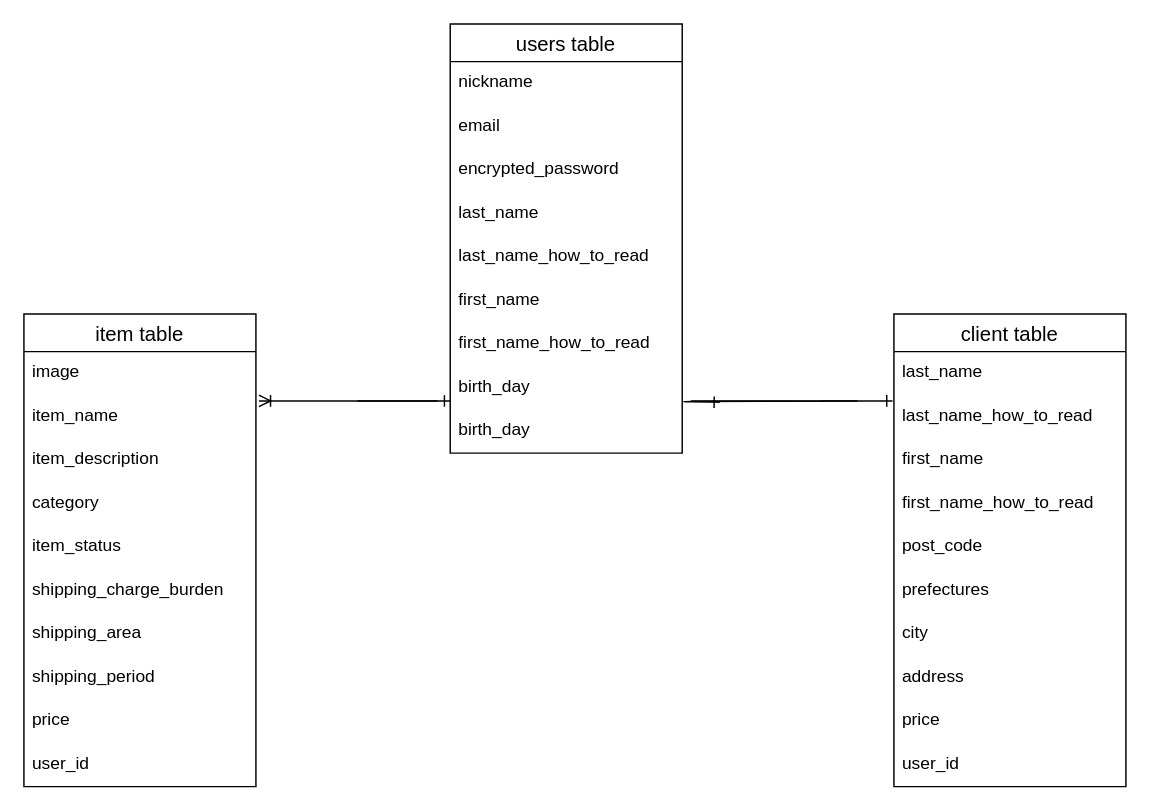
This is furima.dio from KikuchiFumiyasu/furima-34817, a draw.io file, before an edit. Source tidied: cells renumbered, new cells numbered last; positions are measured from the earlier drawing's top-left corner, leaving out a move shared by most shapes. Both pictures are drawn from the tidied source at 145%, with x=0, y=0 at pixel (23, 23).
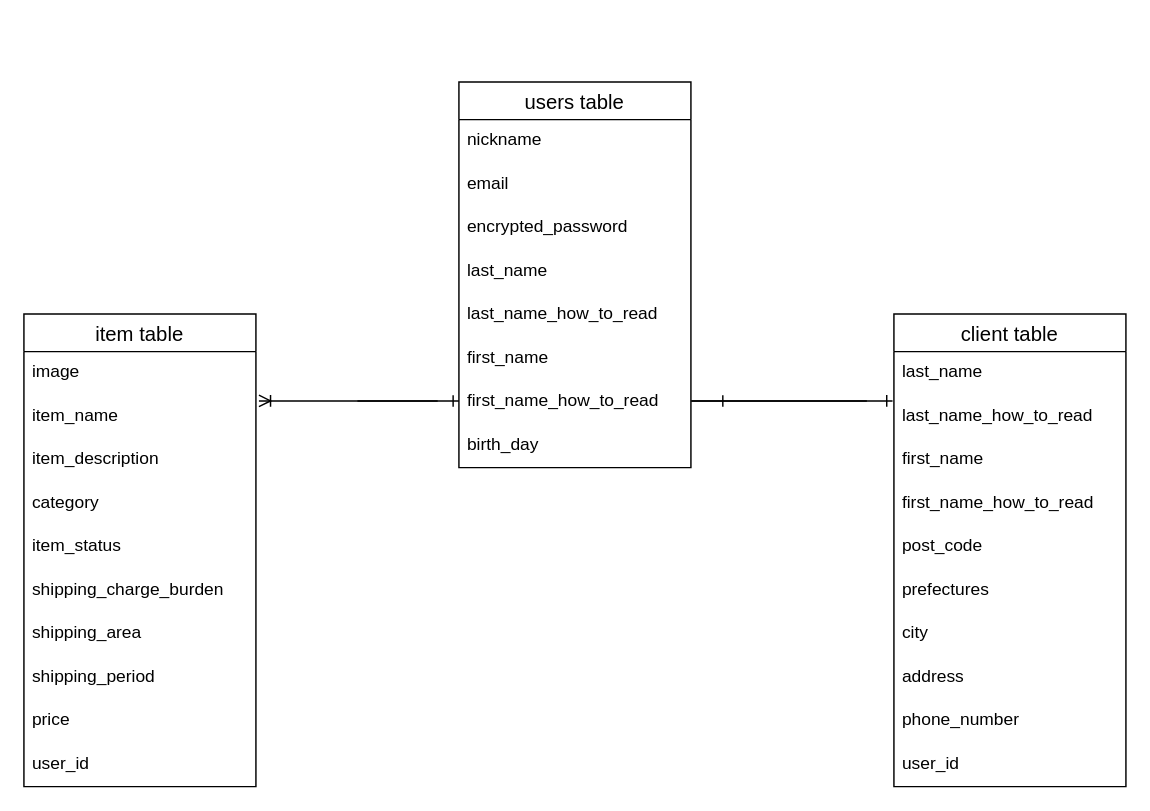
The same page after the edit.

The change refers to these unchanged cells:
```xml
<mxCell id="24" value="client table" style="swimlane;fontStyle=0;horizontal=1;startSize=26;align=center;fontSize=14;" parent="1" vertex="1">
  <mxGeometry x="600" y="200" width="160" height="326" as="geometry" />
</mxCell>
```

Diff of the diagram source:
```diff
@@
     <mxCell id="2" value="users table" style="swimlane;fontStyle=0;horizontal=1;startSize=26;align=center;fontSize=14;" parent="1" vertex="1">
-      <mxGeometry x="294" width="160" height="296" as="geometry" />
+      <mxGeometry x="300" y="40" width="160" height="266" as="geometry" />
     </mxCell>
@@
-    <mxCell id="11" style="edgeStyle=entityRelationEdgeStyle;fontSize=12;html=1;endArrow=ERone;endFill=1;" parent="2" edge="1">
-      <mxGeometry relative="1" as="geometry">
-        <mxPoint x="256" y="260" as="sourcePoint" />
-        <mxPoint x="186" y="261" as="targetPoint" />
-      </mxGeometry>
-    </mxCell>
-    <mxCell id="12" value="birth_day" style="text;strokeColor=none;fillColor=none;spacingLeft=4;spacingRight=4;overflow=hidden;fontSize=12;" parent="2" vertex="1">
-      <mxGeometry y="266" width="160" height="30" as="geometry" />
-    </mxCell>
@@
-    <mxCell id="33" value="price" style="text;strokeColor=none;fillColor=none;spacingLeft=4;spacingRight=4;overflow=hidden;fontSize=12;" parent="24" vertex="1">
-      <mxGeometry y="266" width="160" height="30" as="geometry" />
-    </mxCell>
+    <mxCell id="38" value="phone_number" style="text;strokeColor=none;fillColor=none;spacingLeft=4;spacingRight=4;overflow=hidden;fontSize=12;" parent="24" vertex="1">
+      <mxGeometry y="266" width="160" height="30" as="geometry" />
+    </mxCell>
@@
     <mxCell id="35" style="edgeStyle=entityRelationEdgeStyle;fontSize=12;html=1;endArrow=ERone;endFill=1;" parent="1" edge="1">
       <mxGeometry relative="1" as="geometry">
         <mxPoint x="230" y="260" as="sourcePoint" />
-        <mxPoint x="294" y="260" as="targetPoint" />
+        <mxPoint x="300" y="260" as="targetPoint" />
       </mxGeometry>
     </mxCell>
@@
+    <mxCell id="11" style="edgeStyle=entityRelationEdgeStyle;fontSize=12;html=1;endArrow=ERone;endFill=1;" parent="1" edge="1">
+      <mxGeometry relative="1" as="geometry">
+        <mxPoint x="556" y="260" as="sourcePoint" />
+        <mxPoint x="486" y="260" as="targetPoint" />
+      </mxGeometry>
+    </mxCell>
```
